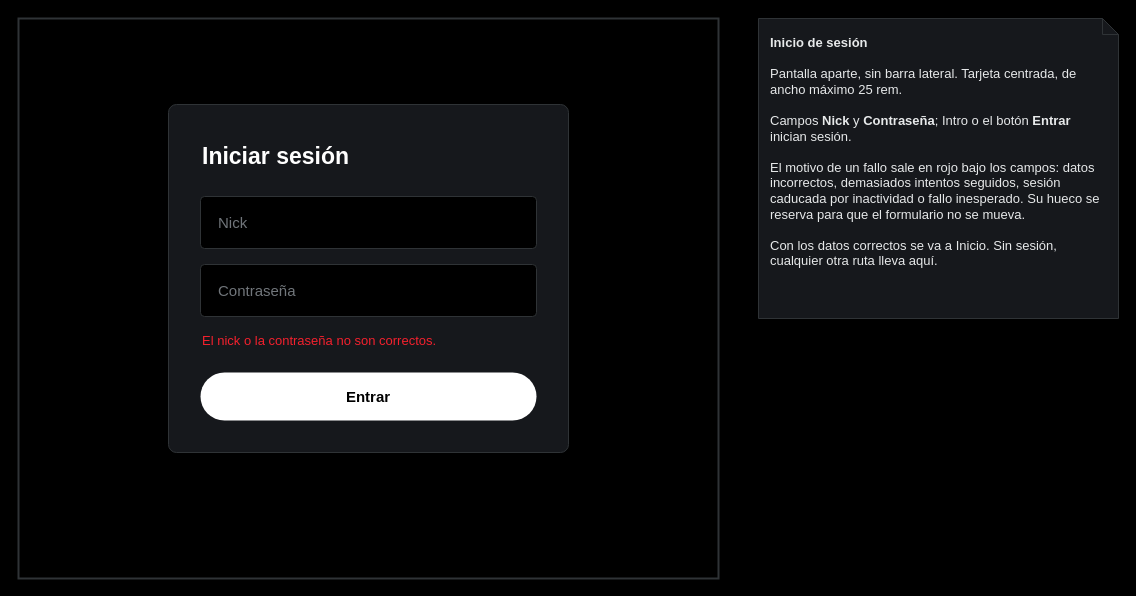
This is page "Inicio de sesión" (1 of 2) of Documentation/UI/[Diseño] Cliso.UI - Login.drawio from Aaron-B-D/Cliso, a draw.io file, before an edit. Source tidied: cells renumbered, new cells numbered last; positions are measured from the earlier drawing's top-left corner, leaving out a move shared by most shapes. Both pictures are drawn from the tidied source at 100%, with x=0, y=0 at pixel (18, 18).
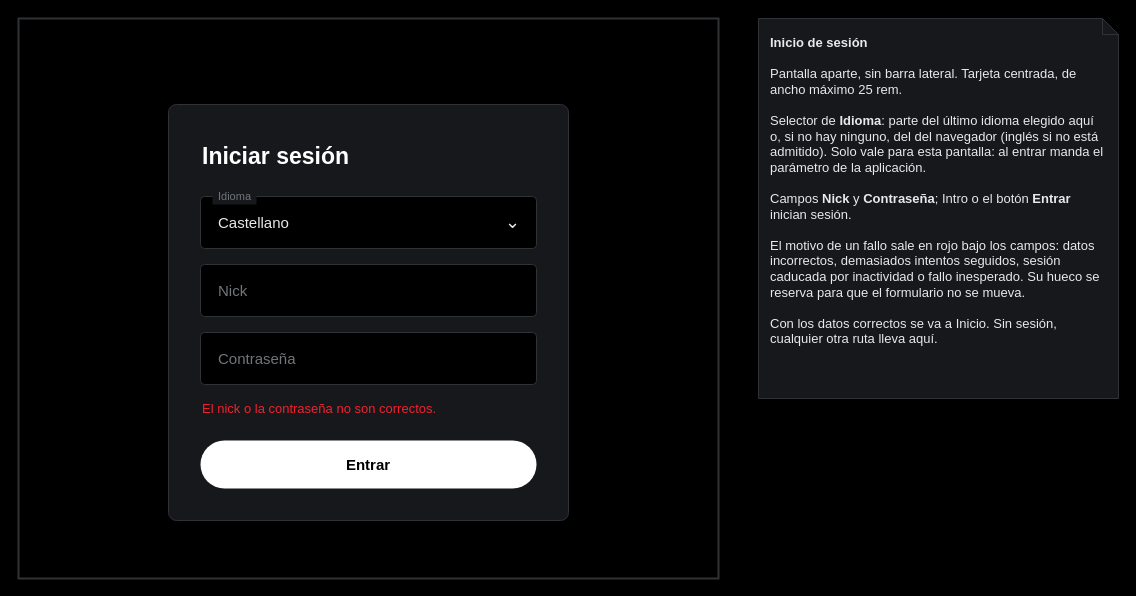
The same page after the edit.

Diff of the diagram source:
```diff
@@
 <mxGraphModel background="#000000">
   <root>
     <mxCell id="0" />
     <mxCell id="1" parent="0" />
     <mxCell id="2" style="rounded=0;whiteSpace=wrap;html=1;fillColor=#000000;strokeColor=#2F3336;strokeWidth=2;" parent="1" vertex="1">
       <mxGeometry width="700" height="560" as="geometry" />
     </mxCell>
     <mxCell id="3" style="rounded=1;arcSize=16;absoluteArcSize=1;whiteSpace=wrap;html=1;fillColor=#16181C;strokeColor=#2F3336;" parent="1" vertex="1">
-      <mxGeometry x="150" y="86" width="400" height="348" as="geometry" />
+      <mxGeometry x="150" y="86" width="400" height="416" as="geometry" />
     </mxCell>
     <mxCell id="4" value="Iniciar sesión" style="text;html=1;align=left;verticalAlign=middle;fontSize=23;fontStyle=1;fontColor=#FFFFFF;" parent="1" vertex="1">
       <mxGeometry x="182" y="118" width="336" height="40" as="geometry" />
     </mxCell>
+    <mxCell id="10" value="Castellano" style="rounded=1;arcSize=8;absoluteArcSize=1;whiteSpace=wrap;html=1;fillColor=#000000;strokeColor=#2F3336;align=left;spacingLeft=16;fontSize=15;fontColor=#E7E9EA;" parent="1" vertex="1">
+      <mxGeometry x="182" y="178" width="336" height="52" as="geometry" />
+    </mxCell>
+    <mxCell id="11" value="Idioma" style="text;html=1;align=center;verticalAlign=middle;fontSize=11;fontColor=#71767B;fillColor=#16181C;" parent="1" vertex="1">
+      <mxGeometry x="194" y="170" width="44" height="16" as="geometry" />
+    </mxCell>
+    <mxCell id="12" value="⌄" style="text;html=1;align=center;verticalAlign=middle;fontSize=18;fontColor=#E7E9EA;" parent="1" vertex="1">
+      <mxGeometry x="482" y="188" width="24" height="32" as="geometry" />
+    </mxCell>
     <mxCell id="5" value="Nick" style="rounded=1;arcSize=8;absoluteArcSize=1;whiteSpace=wrap;html=1;fillColor=#000000;strokeColor=#2F3336;align=left;spacingLeft=16;fontSize=15;fontColor=#71767B;" parent="1" vertex="1">
-      <mxGeometry x="182" y="178" width="336" height="52" as="geometry" />
+      <mxGeometry x="182" y="246" width="336" height="52" as="geometry" />
     </mxCell>
     <mxCell id="6" value="Contraseña" style="rounded=1;arcSize=8;absoluteArcSize=1;whiteSpace=wrap;html=1;fillColor=#000000;strokeColor=#2F3336;align=left;spacingLeft=16;fontSize=15;fontColor=#71767B;" parent="1" vertex="1">
-      <mxGeometry x="182" y="246" width="336" height="52" as="geometry" />
+      <mxGeometry x="182" y="314" width="336" height="52" as="geometry" />
     </mxCell>
     <mxCell id="7" value="El nick o la contraseña no son correctos." style="text;html=1;align=left;verticalAlign=middle;whiteSpace=wrap;fontSize=13;fontColor=#F4212E;" parent="1" vertex="1">
-      <mxGeometry x="182" y="310" width="336" height="24" as="geometry" />
+      <mxGeometry x="182" y="378" width="336" height="24" as="geometry" />
     </mxCell>
     <mxCell id="8" value="Entrar" style="rounded=1;arcSize=50;whiteSpace=wrap;html=1;fillColor=#FFFFFF;strokeColor=none;fontSize=15;fontStyle=1;fontColor=#000000;" parent="1" vertex="1">
-      <mxGeometry x="182" y="354" width="336" height="48" as="geometry" />
+      <mxGeometry x="182" y="422" width="336" height="48" as="geometry" />
     </mxCell>
-    <mxCell id="9" value="&lt;b&gt;Inicio de sesión&lt;/b&gt;&lt;br&gt;&lt;br&gt;Pantalla aparte, sin barra lateral. Tarjeta centrada, de ancho máximo 25 rem.&lt;br&gt;&lt;br&gt;Campos &lt;b&gt;Nick&lt;/b&gt; y &lt;b&gt;Contraseña&lt;/b&gt;; Intro o el botón &lt;b&gt;Entrar&lt;/b&gt; inician sesión.&lt;br&gt;&lt;br&gt;El motivo de un fallo sale en rojo bajo los campos: datos incorrectos, demasiados intentos seguidos, sesión caducada por inactividad o fallo inesperado. Su hueco se reserva para que el formulario no se mueva.&lt;br&gt;&lt;br&gt;Con los datos correctos se va a Inicio. Sin sesión, cualquier otra ruta lleva aquí." style="shape=note;size=16;whiteSpace=wrap;html=1;align=left;verticalAlign=top;spacing=12;fontSize=13;fillColor=#16181C;strokeColor=#2F3336;fontColor=#E7E9EA;" parent="1" vertex="1">
-      <mxGeometry x="740" width="360" height="300" as="geometry" />
+    <mxCell id="9" value="&lt;b&gt;Inicio de sesión&lt;/b&gt;&lt;br&gt;&lt;br&gt;Pantalla aparte, sin barra lateral. Tarjeta centrada, de ancho máximo 25 rem.&lt;br&gt;&lt;br&gt;Selector de &lt;b&gt;Idioma&lt;/b&gt;: parte del último idioma elegido aquí o, si no hay ninguno, del del navegador (inglés si no está admitido). Solo vale para esta pantalla: al entrar manda el parámetro de la aplicación.&lt;br&gt;&lt;br&gt;Campos &lt;b&gt;Nick&lt;/b&gt; y &lt;b&gt;Contraseña&lt;/b&gt;; Intro o el botón &lt;b&gt;Entrar&lt;/b&gt; inician sesión.&lt;br&gt;&lt;br&gt;El motivo de un fallo sale en rojo bajo los campos: datos incorrectos, demasiados intentos seguidos, sesión caducada por inactividad o fallo inesperado. Su hueco se reserva para que el formulario no se mueva.&lt;br&gt;&lt;br&gt;Con los datos correctos se va a Inicio. Sin sesión, cualquier otra ruta lleva aquí." style="shape=note;size=16;whiteSpace=wrap;html=1;align=left;verticalAlign=top;spacing=12;fontSize=13;fillColor=#16181C;strokeColor=#2F3336;fontColor=#E7E9EA;" parent="1" vertex="1">
+      <mxGeometry x="740" width="360" height="380" as="geometry" />
     </mxCell>
   </root>
 </mxGraphModel>
```
